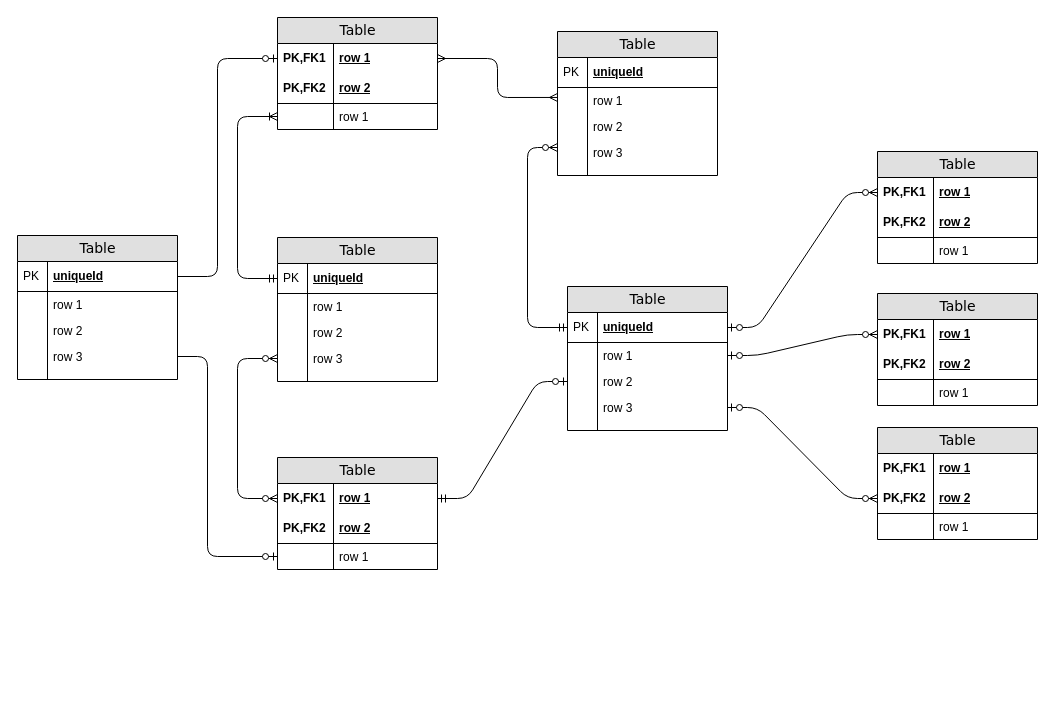
Before: BookBUZZ.drawio in ardy-yusuf-wibawa/React-Bookbuzz, a draw.io diagram. Source tidied: cells renumbered, new cells numbered last; positions are measured from the earlier drawing's top-left corner, leaving out a move shared by most shapes. Both pictures are drawn from the tidied source at 100%, with x=0, y=0 at pixel (17, 17).
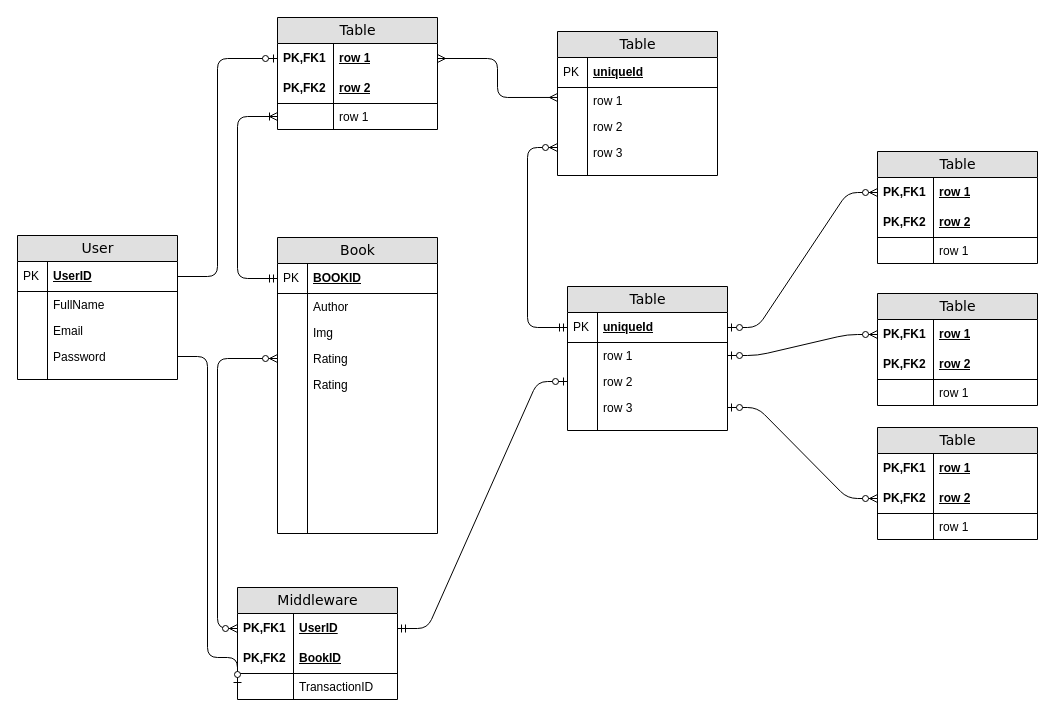
After the change.

The edit, as a diff of the source:
```diff
@@
-    <mxCell id="20" value="Table" style="swimlane;html=1;fontStyle=0;horizontal=1;startSize=26;fillColor=#e0e0e0;swimlaneFillColor=#ffffff;align=center;rounded=0;shadow=0;comic=0;labelBackgroundColor=none;strokeWidth=1;fontFamily=Verdana;fontSize=14;" parent="1" vertex="1">
-      <mxGeometry x="260" y="220" width="160" height="144" as="geometry" />
+    <mxCell id="20" value="Book" style="swimlane;html=1;fontStyle=0;horizontal=1;startSize=26;fillColor=#e0e0e0;swimlaneFillColor=#ffffff;align=center;rounded=0;shadow=0;comic=0;labelBackgroundColor=none;strokeWidth=1;fontFamily=Verdana;fontSize=14;" parent="1" vertex="1">
+      <mxGeometry x="260" y="220" width="160" height="296" as="geometry" />
     </mxCell>
-    <mxCell id="21" value="uniqueId" style="shape=partialRectangle;top=0;left=0;right=0;bottom=1;html=1;align=left;verticalAlign=middle;fillColor=none;spacingLeft=34;spacingRight=4;whiteSpace=wrap;overflow=hidden;points=[[0,0.5],[1,0.5]];portConstraint=eastwest;fontStyle=5;" parent="20" vertex="1">
+    <mxCell id="21" value="BOOKID" style="shape=partialRectangle;top=0;left=0;right=0;bottom=1;html=1;align=left;verticalAlign=middle;fillColor=none;spacingLeft=34;spacingRight=4;whiteSpace=wrap;overflow=hidden;points=[[0,0.5],[1,0.5]];portConstraint=eastwest;fontStyle=5;" parent="20" vertex="1">
       <mxGeometry y="26" width="160" height="30" as="geometry" />
     </mxCell>
@@
-    <mxCell id="23" value="row 1" style="shape=partialRectangle;top=0;left=0;right=0;bottom=0;html=1;align=left;verticalAlign=top;fillColor=none;spacingLeft=34;spacingRight=4;whiteSpace=wrap;overflow=hidden;" parent="20" vertex="1">
+    <mxCell id="23" value="Author" style="shape=partialRectangle;top=0;left=0;right=0;bottom=0;html=1;align=left;verticalAlign=top;fillColor=none;spacingLeft=34;spacingRight=4;whiteSpace=wrap;overflow=hidden;" parent="20" vertex="1">
       <mxGeometry y="56" width="160" height="26" as="geometry" />
     </mxCell>
@@
-    <mxCell id="25" value="row 2" style="shape=partialRectangle;top=0;left=0;right=0;bottom=0;html=1;align=left;verticalAlign=top;fillColor=none;spacingLeft=34;spacingRight=4;whiteSpace=wrap;overflow=hidden;" parent="20" vertex="1">
+    <mxCell id="25" value="Img" style="shape=partialRectangle;top=0;left=0;right=0;bottom=0;html=1;align=left;verticalAlign=top;fillColor=none;spacingLeft=34;spacingRight=4;whiteSpace=wrap;overflow=hidden;" parent="20" vertex="1">
       <mxGeometry y="82" width="160" height="26" as="geometry" />
     </mxCell>
@@
-    <mxCell id="27" value="row 3" style="shape=partialRectangle;top=0;left=0;right=0;bottom=0;html=1;align=left;verticalAlign=top;fillColor=none;spacingLeft=34;spacingRight=4;whiteSpace=wrap;overflow=hidden;points=[[0,0.5],[1,0.5]];portConstraint=eastwest;" parent="20" vertex="1">
+    <mxCell id="27" value="Rating" style="shape=partialRectangle;top=0;left=0;right=0;bottom=0;html=1;align=left;verticalAlign=top;fillColor=none;spacingLeft=34;spacingRight=4;whiteSpace=wrap;overflow=hidden;points=[[0,0.5],[1,0.5]];portConstraint=eastwest;" parent="20" vertex="1">
       <mxGeometry y="108" width="160" height="26" as="geometry" />
     </mxCell>
@@
+    <mxCell id="91" value="Rating" style="shape=partialRectangle;top=0;left=0;right=0;bottom=0;html=1;align=left;verticalAlign=top;fillColor=none;spacingLeft=34;spacingRight=4;whiteSpace=wrap;overflow=hidden;" parent="20" vertex="1">
+      <mxGeometry y="134" width="160" height="26" as="geometry" />
+    </mxCell>
+    <mxCell id="92" style="shape=partialRectangle;top=0;left=0;bottom=0;html=1;fillColor=none;align=left;verticalAlign=top;spacingLeft=4;spacingRight=4;whiteSpace=wrap;overflow=hidden;" parent="91" vertex="1">
+      <mxGeometry width="30" height="26" as="geometry" />
+    </mxCell>
     <mxCell id="29" style="shape=partialRectangle;top=0;left=0;right=0;bottom=0;html=1;align=left;verticalAlign=top;fillColor=none;spacingLeft=34;spacingRight=4;whiteSpace=wrap;overflow=hidden;" parent="20" vertex="1">
-      <mxGeometry y="134" width="160" height="10" as="geometry" />
+      <mxGeometry y="160" width="160" height="136" as="geometry" />
     </mxCell>
     <mxCell id="30" style="shape=partialRectangle;top=0;left=0;bottom=0;html=1;fillColor=none;align=left;verticalAlign=top;spacingLeft=4;spacingRight=4;whiteSpace=wrap;overflow=hidden;" parent="29" vertex="1">
-      <mxGeometry width="30" height="10" as="geometry" />
+      <mxGeometry width="30" height="136" as="geometry" />
     </mxCell>
@@
-    <mxCell id="49" value="Table" style="swimlane;html=1;fontStyle=0;horizontal=1;startSize=26;fillColor=#e0e0e0;swimlaneFillColor=#ffffff;align=center;rounded=0;shadow=0;comic=0;labelBackgroundColor=none;strokeWidth=1;fontFamily=Verdana;fontSize=14;" parent="1" vertex="1">
-      <mxGeometry x="260" y="440" width="160" height="112" as="geometry" />
+    <mxCell id="49" value="Middleware" style="swimlane;html=1;fontStyle=0;horizontal=1;startSize=26;fillColor=#e0e0e0;swimlaneFillColor=#ffffff;align=center;rounded=0;shadow=0;comic=0;labelBackgroundColor=none;strokeWidth=1;fontFamily=Verdana;fontSize=14;" parent="1" vertex="1">
+      <mxGeometry x="220" y="570" width="160" height="112" as="geometry" />
     </mxCell>
-    <mxCell id="50" value="row 1" style="shape=partialRectangle;top=0;left=0;right=0;bottom=0;html=1;align=left;verticalAlign=middle;fillColor=none;spacingLeft=60;spacingRight=4;whiteSpace=wrap;overflow=hidden;points=[[0,0.5],[1,0.5]];portConstraint=eastwest;fontStyle=5;" parent="49" vertex="1">
+    <mxCell id="50" value="UserID" style="shape=partialRectangle;top=0;left=0;right=0;bottom=0;html=1;align=left;verticalAlign=middle;fillColor=none;spacingLeft=60;spacingRight=4;whiteSpace=wrap;overflow=hidden;points=[[0,0.5],[1,0.5]];portConstraint=eastwest;fontStyle=5;" parent="49" vertex="1">
       <mxGeometry y="26" width="160" height="30" as="geometry" />
     </mxCell>
@@
-    <mxCell id="52" value="row 2" style="shape=partialRectangle;top=0;left=0;right=0;bottom=1;html=1;align=left;verticalAlign=middle;fillColor=none;spacingLeft=60;spacingRight=4;whiteSpace=wrap;overflow=hidden;fontStyle=5;" parent="49" vertex="1">
+    <mxCell id="52" value="BookID" style="shape=partialRectangle;top=0;left=0;right=0;bottom=1;html=1;align=left;verticalAlign=middle;fillColor=none;spacingLeft=60;spacingRight=4;whiteSpace=wrap;overflow=hidden;fontStyle=5;" parent="49" vertex="1">
       <mxGeometry y="56" width="160" height="30" as="geometry" />
     </mxCell>
@@
-    <mxCell id="54" value="row 1" style="shape=partialRectangle;top=0;left=0;right=0;bottom=0;html=1;align=left;verticalAlign=top;fillColor=none;spacingLeft=60;spacingRight=4;whiteSpace=wrap;overflow=hidden;points=[[0,0.5],[1,0.5]];portConstraint=eastwest;" parent="49" vertex="1">
+    <mxCell id="54" value="TransactionID" style="shape=partialRectangle;top=0;left=0;right=0;bottom=0;html=1;align=left;verticalAlign=top;fillColor=none;spacingLeft=60;spacingRight=4;whiteSpace=wrap;overflow=hidden;points=[[0,0.5],[1,0.5]];portConstraint=eastwest;" parent="49" vertex="1">
       <mxGeometry y="86" width="160" height="26" as="geometry" />
     </mxCell>
@@
     <mxCell id="57" style="edgeStyle=orthogonalEdgeStyle;html=1;endArrow=ERzeroToMany;endFill=1;startArrow=ERzeroToMany;labelBackgroundColor=none;fontFamily=Verdana;fontSize=14;entryX=0;entryY=0.5;exitX=0;exitY=0.5;" parent="1" edge="1" source="50" target="27">
       <mxGeometry relative="1" as="geometry">
         <Array as="points">
-          <mxPoint x="220" y="481" />
-          <mxPoint x="220" y="341" />
+          <mxPoint x="200" y="611" />
+          <mxPoint x="200" y="341" />
         </Array>
       </mxGeometry>
     </mxCell>
@@
-    <mxCell id="78" value="Table" style="swimlane;html=1;fontStyle=0;horizontal=1;startSize=26;fillColor=#e0e0e0;swimlaneFillColor=#ffffff;align=center;rounded=0;shadow=0;comic=0;labelBackgroundColor=none;strokeWidth=1;fontFamily=Verdana;fontSize=14;" parent="1" vertex="1">
+    <mxCell id="78" value="User" style="swimlane;html=1;fontStyle=0;horizontal=1;startSize=26;fillColor=#e0e0e0;swimlaneFillColor=#ffffff;align=center;rounded=0;shadow=0;comic=0;labelBackgroundColor=none;strokeWidth=1;fontFamily=Verdana;fontSize=14;" parent="1" vertex="1">
       <mxGeometry y="218" width="160" height="144" as="geometry" />
     </mxCell>
-    <mxCell id="79" value="uniqueId" style="shape=partialRectangle;top=0;left=0;right=0;bottom=1;html=1;align=left;verticalAlign=middle;fillColor=none;spacingLeft=34;spacingRight=4;whiteSpace=wrap;overflow=hidden;points=[[0,0.5],[1,0.5]];portConstraint=eastwest;fontStyle=5;" parent="78" vertex="1">
+    <mxCell id="79" value="UserID" style="shape=partialRectangle;top=0;left=0;right=0;bottom=1;html=1;align=left;verticalAlign=middle;fillColor=none;spacingLeft=34;spacingRight=4;whiteSpace=wrap;overflow=hidden;points=[[0,0.5],[1,0.5]];portConstraint=eastwest;fontStyle=5;" parent="78" vertex="1">
       <mxGeometry y="26" width="160" height="30" as="geometry" />
     </mxCell>
@@
-    <mxCell id="81" value="row 1" style="shape=partialRectangle;top=0;left=0;right=0;bottom=0;html=1;align=left;verticalAlign=top;fillColor=none;spacingLeft=34;spacingRight=4;whiteSpace=wrap;overflow=hidden;" parent="78" vertex="1">
+    <mxCell id="81" value="FullName" style="shape=partialRectangle;top=0;left=0;right=0;bottom=0;html=1;align=left;verticalAlign=top;fillColor=none;spacingLeft=34;spacingRight=4;whiteSpace=wrap;overflow=hidden;" parent="78" vertex="1">
       <mxGeometry y="56" width="160" height="26" as="geometry" />
     </mxCell>
@@
-    <mxCell id="83" value="row 2" style="shape=partialRectangle;top=0;left=0;right=0;bottom=0;html=1;align=left;verticalAlign=top;fillColor=none;spacingLeft=34;spacingRight=4;whiteSpace=wrap;overflow=hidden;" parent="78" vertex="1">
+    <mxCell id="83" value="Email" style="shape=partialRectangle;top=0;left=0;right=0;bottom=0;html=1;align=left;verticalAlign=top;fillColor=none;spacingLeft=34;spacingRight=4;whiteSpace=wrap;overflow=hidden;" parent="78" vertex="1">
       <mxGeometry y="82" width="160" height="26" as="geometry" />
     </mxCell>
@@
-    <mxCell id="85" value="row 3" style="shape=partialRectangle;top=0;left=0;right=0;bottom=0;html=1;align=left;verticalAlign=top;fillColor=none;spacingLeft=34;spacingRight=4;whiteSpace=wrap;overflow=hidden;points=[[0,0.5],[1,0.5]];portConstraint=eastwest;" parent="78" vertex="1">
+    <mxCell id="85" value="Password" style="shape=partialRectangle;top=0;left=0;right=0;bottom=0;html=1;align=left;verticalAlign=top;fillColor=none;spacingLeft=34;spacingRight=4;whiteSpace=wrap;overflow=hidden;points=[[0,0.5],[1,0.5]];portConstraint=eastwest;" parent="78" vertex="1">
       <mxGeometry y="108" width="160" height="26" as="geometry" />
     </mxCell>
@@
     <mxCell id="90" style="edgeStyle=orthogonalEdgeStyle;html=1;endArrow=ERzeroToOne;endFill=1;labelBackgroundColor=none;fontFamily=Verdana;fontSize=14;entryX=0;entryY=0.5;exitX=1;exitY=0.5;" parent="1" edge="1" source="85" target="54">
       <mxGeometry relative="1" as="geometry">
         <Array as="points">
           <mxPoint x="190" y="339" />
-          <mxPoint x="190" y="539" />
+          <mxPoint x="190" y="640" />
+          <mxPoint x="220" y="640" />
         </Array>
       </mxGeometry>
     </mxCell>
```
